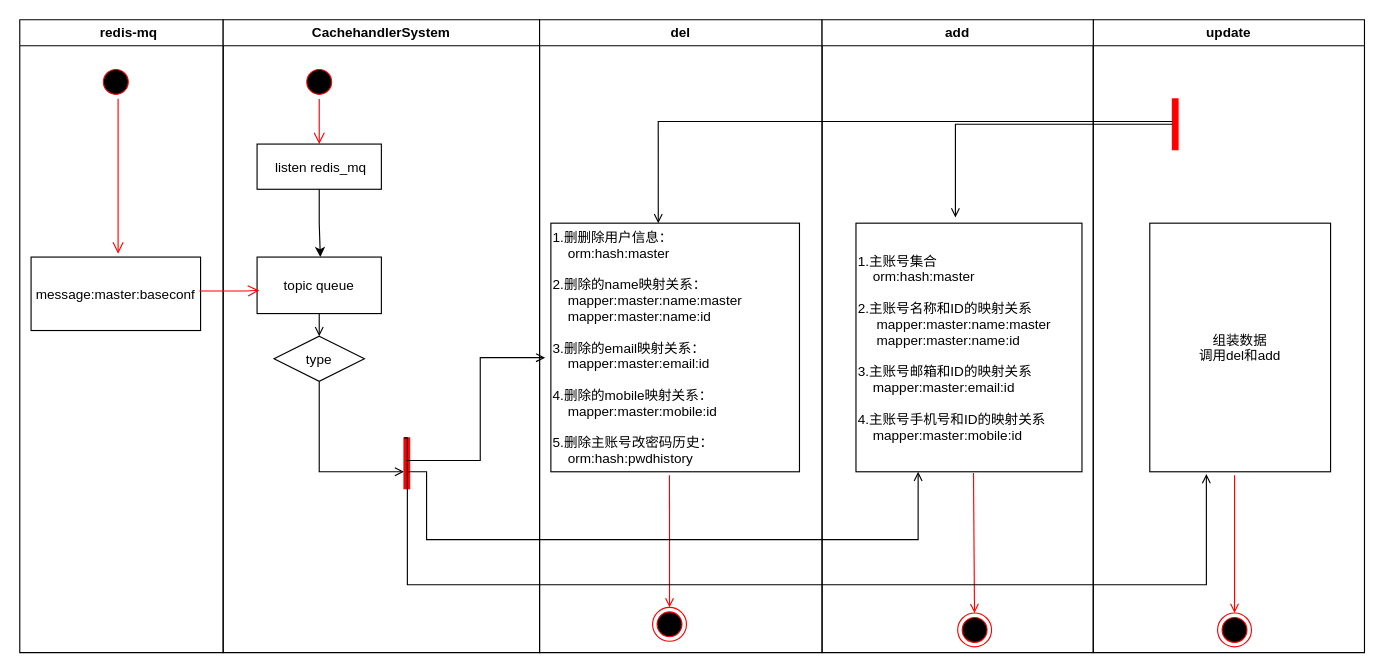
Above: page "主帐号密码变更" (7 of 16) of cachehandlersystem_消息订阅.drawio in DeanYang121/typora_images (draw.io), before the change. Source tidied: cells renumbered, new cells numbered last; positions are measured from the earlier drawing's top-left corner, leaving out a move shared by most shapes. Both pictures are drawn from the tidied source at 113%, with x=0, y=0 at pixel (19, 19).
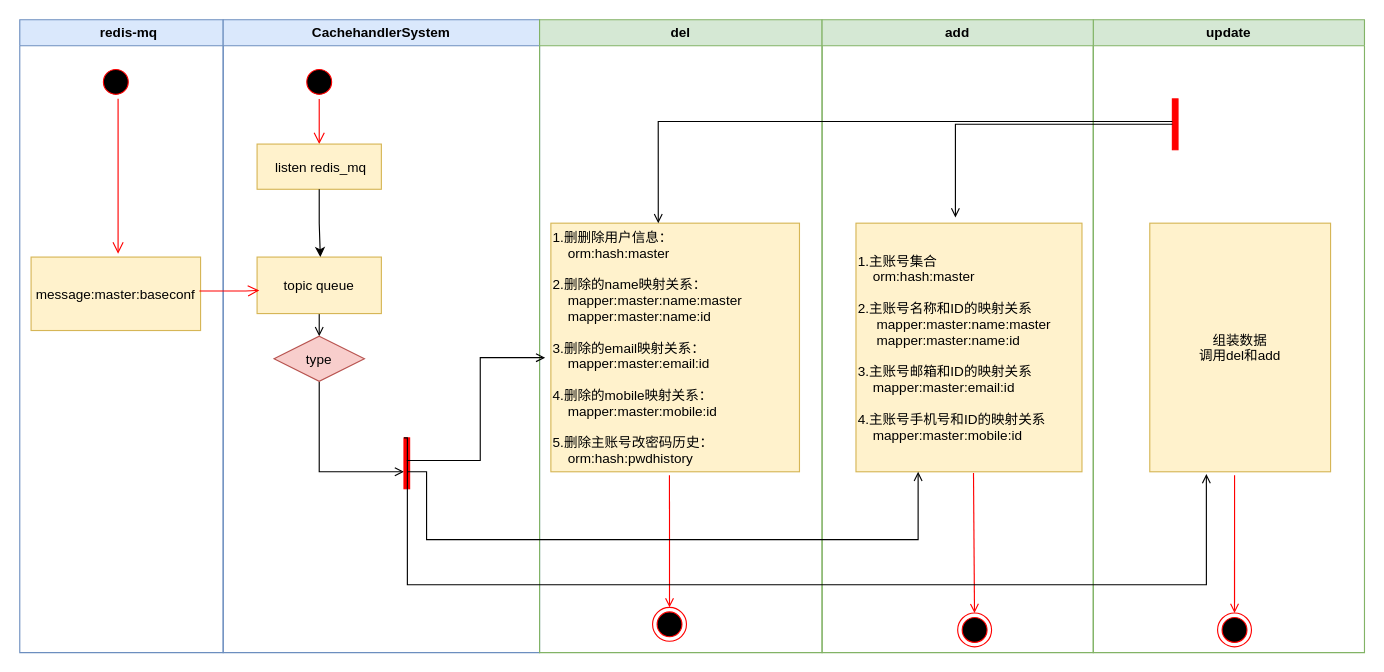
Above is the later version.

What changed in the source:
```diff
@@
-    <mxCell id="2" value="    redis-mq" style="swimlane;whiteSpace=wrap;" parent="1" vertex="1">
+    <mxCell id="2" value="    redis-mq" style="swimlane;whiteSpace=wrap;fillColor=#dae8fc;strokeColor=#6c8ebf;" parent="1" vertex="1">
       <mxGeometry width="180" height="560" as="geometry" />
     </mxCell>
-    <mxCell id="3" style="ellipse;shape=startState;fillColor=#000000;strokeColor=#ff0000;" parent="2" vertex="1">
-      <mxGeometry x="70" y="40" width="30" height="30" as="geometry" />
-    </mxCell>
-    <mxCell id="4" style="edgeStyle=elbowEdgeStyle;elbow=horizontal;verticalAlign=bottom;endArrow=open;endSize=8;strokeColor=#FF0000;endFill=1;rounded=0;entryX=0.513;entryY=-0.046;entryDx=0;entryDy=0;entryPerimeter=0;" parent="2" edge="1" source="3" target="5">
-      <mxGeometry x="100" y="40" as="geometry" />
-    </mxCell>
+    <mxCell id="35" style="ellipse;shape=startState;fillColor=#000000;strokeColor=#ff0000;" parent="2" vertex="1">
+      <mxGeometry x="70" y="40" width="30" height="30" as="geometry" />
+    </mxCell>
+    <mxCell id="36" style="edgeStyle=elbowEdgeStyle;elbow=horizontal;verticalAlign=bottom;endArrow=open;endSize=8;strokeColor=#FF0000;endFill=1;rounded=0;entryX=0.513;entryY=-0.046;entryDx=0;entryDy=0;entryPerimeter=0;" parent="2" edge="1" source="35" target="5">
+      <mxGeometry x="100" y="40" as="geometry" />
+    </mxCell>
-    <mxCell id="5" value="message:master:baseconf" parent="2" vertex="1">
+    <mxCell id="5" value="message:master:baseconf" style="fillColor=#fff2cc;strokeColor=#d6b656;" parent="2" vertex="1">
       <mxGeometry x="10" y="210" width="150" height="65" as="geometry" />
     </mxCell>
-    <mxCell id="6" value="CachehandlerSystem" style="swimlane;whiteSpace=wrap;" parent="1" vertex="1">
+    <mxCell id="6" value="CachehandlerSystem" style="swimlane;whiteSpace=wrap;fillColor=#dae8fc;strokeColor=#6c8ebf;" parent="1" vertex="1">
       <mxGeometry x="180" width="280" height="560" as="geometry" />
     </mxCell>
-    <mxCell id="7" style="ellipse;shape=startState;fillColor=#000000;strokeColor=#ff0000;" parent="6" vertex="1">
-      <mxGeometry x="70" y="40" width="30" height="30" as="geometry" />
-    </mxCell>
-    <mxCell id="8" style="edgeStyle=elbowEdgeStyle;elbow=horizontal;verticalAlign=bottom;endArrow=open;endSize=8;strokeColor=#FF0000;endFill=1;rounded=0;" parent="6" edge="1" source="7">
-      <mxGeometry x="50" y="20" as="geometry">
-        <mxPoint x="85" y="110" as="targetPoint" />
-      </mxGeometry>
-    </mxCell>
-    <mxCell id="9" style="edgeStyle=orthogonalEdgeStyle;rounded=0;jettySize=auto;html=1;entryX=0.5;entryY=0;entryDx=0;entryDy=0;fontColor=#FF0000;endArrow=open;endFill=0;endSize=6;" parent="6" edge="1" target="12">
-      <mxGeometry relative="1" as="geometry">
-        <mxPoint x="85" y="250" as="sourcePoint" />
-      </mxGeometry>
-    </mxCell>
+    <mxCell id="37" style="ellipse;shape=startState;fillColor=#000000;strokeColor=#ff0000;" parent="6" vertex="1">
+      <mxGeometry x="70" y="40" width="30" height="30" as="geometry" />
+    </mxCell>
+    <mxCell id="38" style="edgeStyle=elbowEdgeStyle;elbow=horizontal;verticalAlign=bottom;endArrow=open;endSize=8;strokeColor=#FF0000;endFill=1;rounded=0;" parent="6" edge="1" source="37">
+      <mxGeometry x="50" y="20" as="geometry">
+        <mxPoint x="85" y="110" as="targetPoint" />
+      </mxGeometry>
+    </mxCell>
+    <mxCell id="39" style="edgeStyle=orthogonalEdgeStyle;rounded=0;jettySize=auto;html=1;entryX=0.5;entryY=0;entryDx=0;entryDy=0;fontColor=#FF0000;endArrow=open;endFill=0;endSize=6;" parent="6" edge="1" target="12">
+      <mxGeometry relative="1" as="geometry">
+        <mxPoint x="85" y="250" as="sourcePoint" />
+      </mxGeometry>
+    </mxCell>
-    <mxCell id="10" value="topic queue" parent="6" vertex="1">
+    <mxCell id="10" value="topic queue" style="fillColor=#fff2cc;strokeColor=#d6b656;" parent="6" vertex="1">
       <mxGeometry x="30" y="210" width="110" height="50" as="geometry" />
     </mxCell>
-    <mxCell id="11" style="edgeStyle=orthogonalEdgeStyle;rounded=0;jettySize=auto;html=1;exitX=0.5;exitY=1;exitDx=0;exitDy=0;fontColor=#FF0000;endArrow=open;endFill=0;endSize=6;" parent="6" edge="1" source="12">
-      <mxGeometry relative="1" as="geometry">
-        <mxPoint x="160" y="400" as="targetPoint" />
-        <Array as="points">
-          <mxPoint x="85" y="400" />
-        </Array>
-      </mxGeometry>
-    </mxCell>
+    <mxCell id="40" style="edgeStyle=orthogonalEdgeStyle;rounded=0;jettySize=auto;html=1;exitX=0.5;exitY=1;exitDx=0;exitDy=0;fontColor=#FF0000;endArrow=open;endFill=0;endSize=6;" parent="6" edge="1" source="12">
+      <mxGeometry relative="1" as="geometry">
+        <mxPoint x="160" y="400" as="targetPoint" />
+        <Array as="points">
+          <mxPoint x="85" y="400" />
+        </Array>
+      </mxGeometry>
+    </mxCell>
-    <mxCell id="12" value="type" style="rhombus;" parent="6" vertex="1">
+    <mxCell id="12" value="type" style="rhombus;fillColor=#f8cecc;strokeColor=#b85450;" parent="6" vertex="1">
       <mxGeometry x="45" y="280" width="80" height="40" as="geometry" />
     </mxCell>
-    <mxCell id="13" value=" listen redis_mq" parent="6" vertex="1">
+    <mxCell id="13" value=" listen redis_mq" style="fillColor=#fff2cc;strokeColor=#d6b656;" parent="6" vertex="1">
       <mxGeometry x="30" y="110" width="110" height="40" as="geometry" />
     </mxCell>
@@
-    <mxCell id="16" value="del" style="swimlane;whiteSpace=wrap;" parent="1" vertex="1">
+    <mxCell id="16" value="del" style="swimlane;whiteSpace=wrap;fillColor=#d5e8d4;strokeColor=#82b366;" parent="1" vertex="1">
       <mxGeometry x="460" width="250" height="560" as="geometry" />
     </mxCell>
-    <mxCell id="17" value="1.删删除用户信息：&#10;    orm:hash:master&#10;&#10;2.删除的name映射关系：&#10;    mapper:master:name:master&#10;    mapper:master:name:id&#10;&#10;3.删除的email映射关系：&#10;    mapper:master:email:id&#10;&#10;4.删除的mobile映射关系：&#10;    mapper:master:mobile:id&#10;&#10;5.删除主账号改密码历史：&#10;    orm:hash:pwdhistory" style="align=left;" parent="16" vertex="1">
+    <mxCell id="17" value="1.删删除用户信息：&#10;    orm:hash:master&#10;&#10;2.删除的name映射关系：&#10;    mapper:master:name:master&#10;    mapper:master:name:id&#10;&#10;3.删除的email映射关系：&#10;    mapper:master:email:id&#10;&#10;4.删除的mobile映射关系：&#10;    mapper:master:mobile:id&#10;&#10;5.删除主账号改密码历史：&#10;    orm:hash:pwdhistory" style="align=left;fillColor=#fff2cc;strokeColor=#d6b656;" parent="16" vertex="1">
       <mxGeometry x="10" y="180" width="220" height="220" as="geometry" />
     </mxCell>
@@
-    <mxCell id="20" value="update" style="swimlane;whiteSpace=wrap;" parent="1" vertex="1">
+    <mxCell id="20" value="update" style="swimlane;whiteSpace=wrap;fillColor=#d5e8d4;strokeColor=#82b366;" parent="1" vertex="1">
       <mxGeometry x="950" width="240" height="560" as="geometry" />
     </mxCell>
-    <mxCell id="21" value="组装数据&#10;调用del和add" parent="20" vertex="1">
+    <mxCell id="21" value="组装数据&#10;调用del和add" style="fillColor=#fff2cc;strokeColor=#d6b656;" parent="20" vertex="1">
       <mxGeometry x="50" y="180" width="160" height="220" as="geometry" />
     </mxCell>
@@
-    <mxCell id="26" value="add" style="swimlane;whiteSpace=wrap;" parent="1" vertex="1">
+    <mxCell id="26" value="add" style="swimlane;whiteSpace=wrap;fillColor=#d5e8d4;strokeColor=#82b366;" parent="1" vertex="1">
       <mxGeometry x="710" width="240" height="560" as="geometry" />
     </mxCell>
-    <mxCell id="27" value="1.主账号集合&#10;    orm:hash:master&#10;    &#10;2.主账号名称和ID的映射关系&#10;     mapper:master:name:master&#10;     mapper:master:name:id&#10;&#10;3.主账号邮箱和ID的映射关系&#10;    mapper:master:email:id&#10;&#10;4.主账号手机号和ID的映射关系&#10;    mapper:master:mobile:id" style="align=left;" parent="26" vertex="1">
+    <mxCell id="27" value="1.主账号集合&#10;    orm:hash:master&#10;    &#10;2.主账号名称和ID的映射关系&#10;     mapper:master:name:master&#10;     mapper:master:name:id&#10;&#10;3.主账号邮箱和ID的映射关系&#10;    mapper:master:email:id&#10;&#10;4.主账号手机号和ID的映射关系&#10;    mapper:master:mobile:id" style="align=left;fillColor=#fff2cc;strokeColor=#d6b656;" parent="26" vertex="1">
       <mxGeometry x="30" y="180" width="200" height="220" as="geometry" />
     </mxCell>
@@
-    <mxCell id="30" style="edgeStyle=orthogonalEdgeStyle;rounded=0;jettySize=auto;html=1;fontColor=#FF0000;endArrow=open;endFill=0;endSize=6;entryX=0.275;entryY=1;entryDx=0;entryDy=0;entryPerimeter=0;" parent="1" edge="1" target="27">
-      <mxGeometry relative="1" as="geometry">
-        <mxPoint x="343" y="400" as="sourcePoint" />
-        <Array as="points">
-          <mxPoint x="360" y="400" />
-          <mxPoint x="360" y="460" />
-          <mxPoint x="795" y="460" />
-        </Array>
-      </mxGeometry>
-    </mxCell>
+    <mxCell id="41" style="edgeStyle=orthogonalEdgeStyle;rounded=0;jettySize=auto;html=1;fontColor=#FF0000;endArrow=open;endFill=0;endSize=6;entryX=0.275;entryY=1;entryDx=0;entryDy=0;entryPerimeter=0;" parent="1" edge="1" target="27">
+      <mxGeometry relative="1" as="geometry">
+        <mxPoint x="343" y="400" as="sourcePoint" />
+        <Array as="points">
+          <mxPoint x="360" y="400" />
+          <mxPoint x="360" y="460" />
+          <mxPoint x="795" y="460" />
+        </Array>
+      </mxGeometry>
+    </mxCell>
@@
-    <mxCell id="33" style="edgeStyle=orthogonalEdgeStyle;rounded=0;jettySize=auto;html=1;entryX=0.432;entryY=0;entryDx=0;entryDy=0;entryPerimeter=0;fontColor=#FF0000;endArrow=open;endFill=0;endSize=6;" parent="1" edge="1" target="17">
-      <mxGeometry relative="1" as="geometry">
-        <mxPoint x="1020" y="90" as="sourcePoint" />
-        <Array as="points">
-          <mxPoint x="565" y="90" />
-        </Array>
-      </mxGeometry>
-    </mxCell>
+    <mxCell id="42" style="edgeStyle=orthogonalEdgeStyle;rounded=0;jettySize=auto;html=1;entryX=0.432;entryY=0;entryDx=0;entryDy=0;entryPerimeter=0;fontColor=#FF0000;endArrow=open;endFill=0;endSize=6;" parent="1" edge="1" target="17">
+      <mxGeometry relative="1" as="geometry">
+        <mxPoint x="1020" y="90" as="sourcePoint" />
+        <Array as="points">
+          <mxPoint x="565" y="90" />
+        </Array>
+      </mxGeometry>
+    </mxCell>
```
